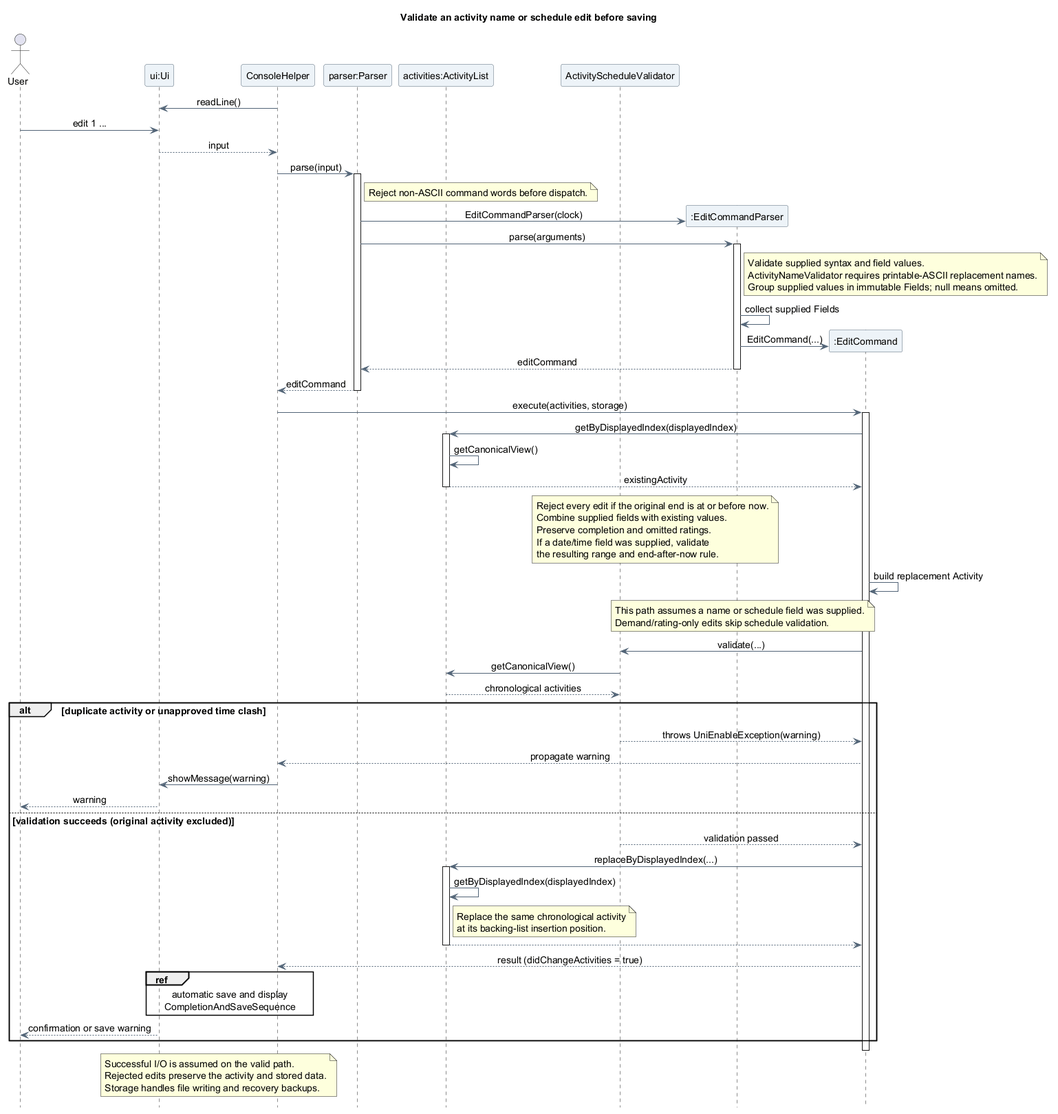
This is docs/images/oliver/sequence/EditActivitySequence.png from AY2627S1-CS2113-T10-4/tp, a PlantUML export, as it was before one commit.
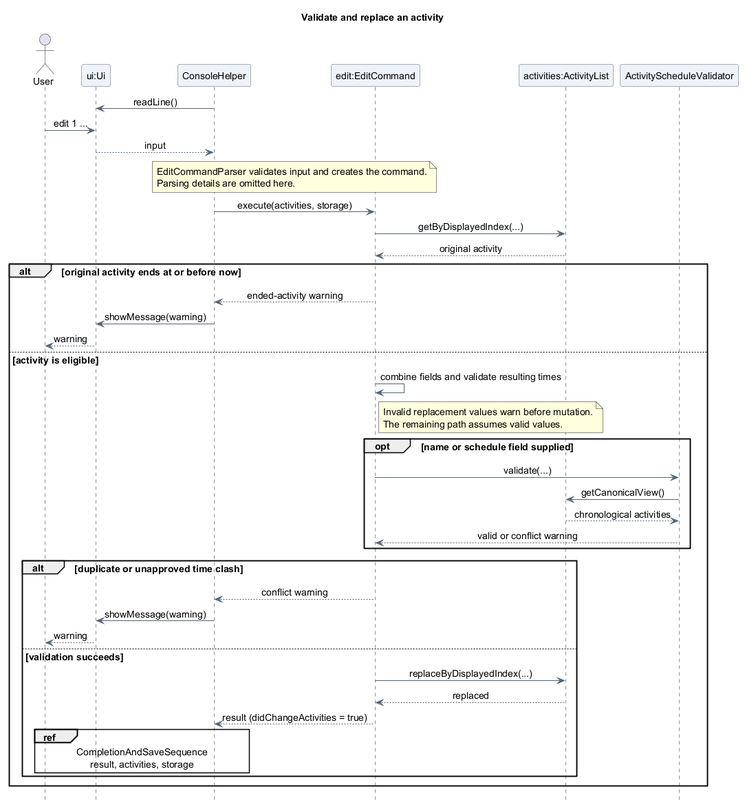
Above is the later version.

Diff of the diagram source:
```diff
@@ -1,5 +1,5 @@
 @startuml
-title Validate an activity name or schedule edit before saving
+title Validate and replace an activity
 skinparam backgroundColor white
 skinparam shadowing false
 skinparam defaultFontName SansSerif
@@ -13,86 +13,48 @@
 actor "User" as User
 participant "ui:Ui" as UI
 participant "ConsoleHelper" as Console
-participant "parser:Parser" as Parser
+participant "edit:EditCommand" as Edit
 participant "activities:ActivityList" as Activities
 participant "ActivityScheduleValidator" as Schedule
 
 Console -> UI : readLine()
 User -> UI : edit 1 ...
 UI --> Console : input
-
-Console -> Parser : parse(input)
-activate Parser
-note right of Parser
-  Reject non-ASCII command words before dispatch.
+note over Console, Edit
+  EditCommandParser validates input and creates the command.
+  Parsing details are omitted here.
 end note
-create participant ":EditCommandParser" as EditParser
-Parser -> EditParser : EditCommandParser(clock)
-Parser -> EditParser : parse(arguments)
-activate EditParser
-note right of EditParser
-  Validate supplied syntax and field values.
-  ActivityNameValidator requires printable-ASCII replacement names.
-  Group supplied values in immutable Fields; null means omitted.
-end note
-EditParser -> EditParser : collect supplied Fields
-create participant ":EditCommand" as Edit
-EditParser -> Edit : EditCommand(...)
-EditParser --> Parser : editCommand
-deactivate EditParser
-Parser --> Console : editCommand
-deactivate Parser
-
 Console -> Edit : execute(activities, storage)
-activate Edit
-Edit -> Activities : getByDisplayedIndex(displayedIndex)
-activate Activities
-Activities -> Activities : getCanonicalView()
-Activities --> Edit : existingActivity
-deactivate Activities
-note over Edit, Activities
-  Reject every edit if the original end is at or before now.
-  Combine supplied fields with existing values.
-  Preserve completion and omitted ratings.
-  If a date/time field was supplied, validate
-  the resulting range and end-after-now rule.
-end note
-Edit -> Edit : build replacement Activity
-note over Edit, Schedule
-  This path assumes a name or schedule field was supplied.
-  Demand/rating-only edits skip schedule validation.
-end note
-Edit -> Schedule : validate(...)
-Schedule -> Activities : getCanonicalView()
-Activities --> Schedule : chronological activities
-alt duplicate activity or unapproved time clash
-  Schedule --> Edit : throws UniEnableException(warning)
-  Edit --> Console : propagate warning
+Edit -> Activities : getByDisplayedIndex(...)
+Activities --> Edit : original activity
+alt original activity ends at or before now
+  Edit --> Console : ended-activity warning
   Console -> UI : showMessage(warning)
   UI --> User : warning
-else validation succeeds (original activity excluded)
-  Schedule --> Edit : validation passed
-  Edit -> Activities : replaceByDisplayedIndex(...)
-  activate Activities
-  Activities -> Activities : getByDisplayedIndex(displayedIndex)
-  note right of Activities
-    Replace the same chronological activity
-    at its backing-list insertion position.
+else activity is eligible
+  Edit -> Edit : combine fields and validate resulting times
+  note right of Edit
+    Invalid replacement values warn before mutation.
+    The remaining path assumes valid values.
   end note
-  Activities --> Edit
-  deactivate Activities
-  Edit --> Console : result (didChangeActivities = true)
-  ref over Console, UI
-    automatic save and display
-    CompletionAndSaveSequence
-  end ref
-  UI --> User : confirmation or save warning
+  opt name or schedule field supplied
+    Edit -> Schedule : validate(...)
+    Schedule -> Activities : getCanonicalView()
+    Activities --> Schedule : chronological activities
+    Schedule --> Edit : valid or conflict warning
+  end
+  alt duplicate or unapproved time clash
+    Edit --> Console : conflict warning
+    Console -> UI : showMessage(warning)
+    UI --> User : warning
+  else validation succeeds
+    Edit -> Activities : replaceByDisplayedIndex(...)
+    Activities --> Edit : replaced
+    Edit --> Console : result (didChangeActivities = true)
+    ref over User, Console
+      CompletionAndSaveSequence
+      result, activities, storage
+    end ref
+  end
 end
-deactivate Edit
-
-note over Console, UI
-  Successful I/O is assumed on the valid path.
-  Rejected edits preserve the activity and stored data.
-  Storage handles file writing and recovery backups.
-end note
 @enduml
```
